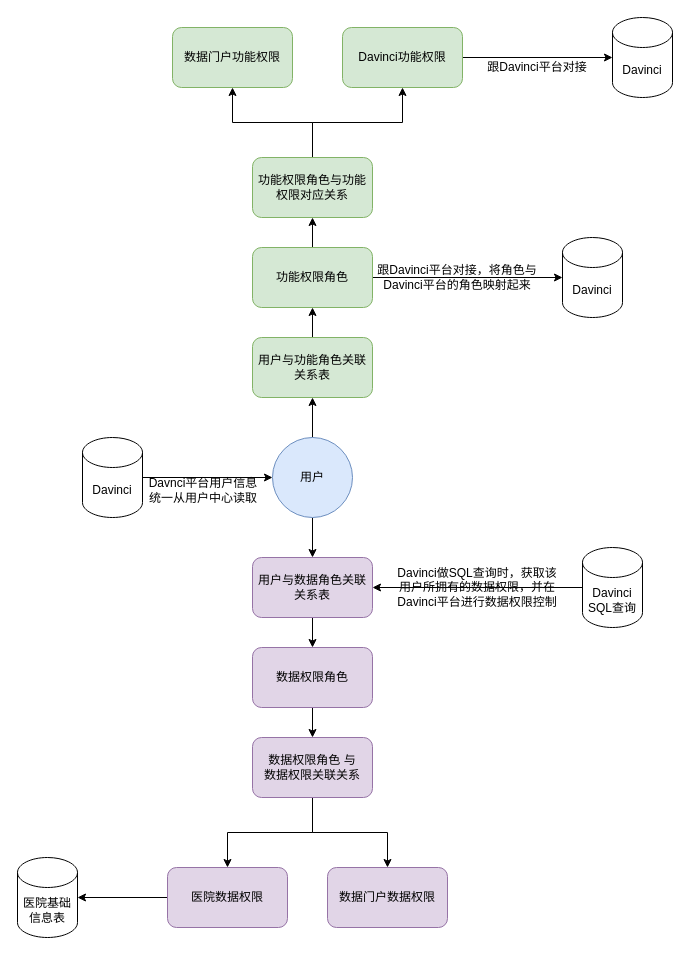
This is page "权限控制" (2 of 2) of pet_data_warehouse/权限设计.drawio from fangzheng0518/draw, a draw.io file, before an edit. Source tidied: cells renumbered, new cells numbered last; positions are measured from the earlier drawing's top-left corner, leaving out a move shared by most shapes. Both pictures are drawn from the tidied source at 100%, with x=0, y=0 at pixel (17, 17).
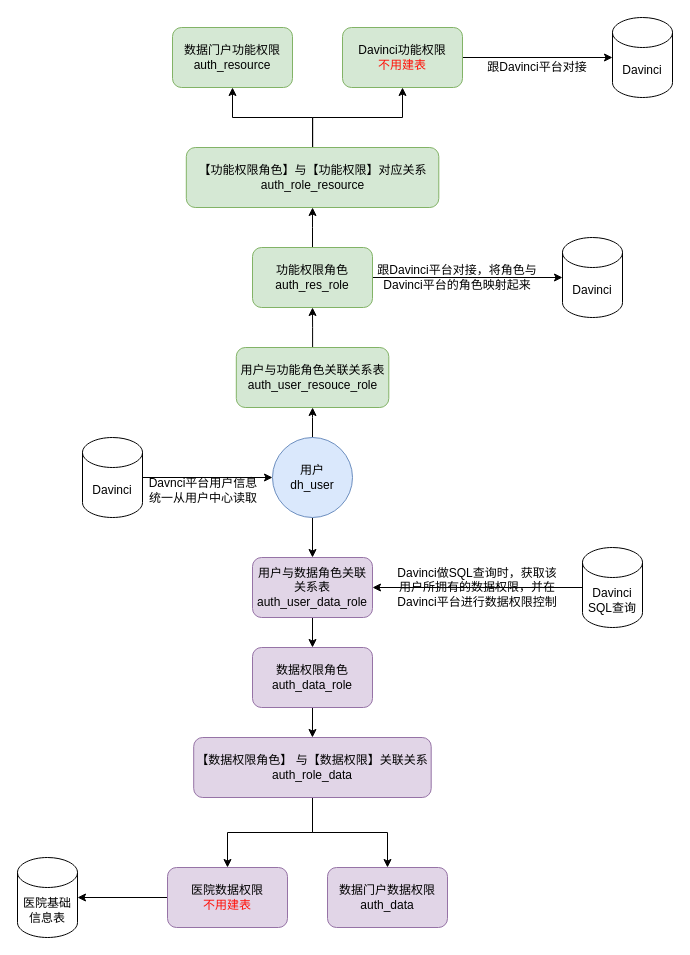
The same page after the edit.

Commit message:
更新权限设计.drawio

Diff of the diagram source:
```diff
@@
-    <mxCell id="4" value="用户" style="ellipse;whiteSpace=wrap;html=1;fillColor=#dae8fc;strokeColor=#6c8ebf;" parent="1" vertex="1">
+    <mxCell id="4" value="用户&lt;br&gt;dh_user" style="ellipse;whiteSpace=wrap;html=1;fillColor=#dae8fc;strokeColor=#6c8ebf;" parent="1" vertex="1">
       <mxGeometry x="255" y="420" width="80" height="80" as="geometry" />
     </mxCell>
@@
-    <mxCell id="7" value="功能权限角色" style="rounded=1;whiteSpace=wrap;html=1;fillColor=#d5e8d4;strokeColor=#82b366;" parent="1" vertex="1">
+    <mxCell id="7" value="功能权限角色&lt;br&gt;auth_res_role" style="rounded=1;whiteSpace=wrap;html=1;fillColor=#d5e8d4;strokeColor=#82b366;" parent="1" vertex="1">
       <mxGeometry x="235" y="230" width="120" height="60" as="geometry" />
     </mxCell>
-    <mxCell id="8" value="数据门户功能权限" style="rounded=1;whiteSpace=wrap;html=1;fillColor=#d5e8d4;strokeColor=#82b366;" parent="1" vertex="1">
+    <mxCell id="8" value="数据门户功能权限&lt;br&gt;auth_resource" style="rounded=1;whiteSpace=wrap;html=1;fillColor=#d5e8d4;strokeColor=#82b366;" parent="1" vertex="1">
       <mxGeometry x="155" y="10" width="120" height="60" as="geometry" />
     </mxCell>
@@
-    <mxCell id="10" value="数据权限角色" style="rounded=1;whiteSpace=wrap;html=1;fillColor=#e1d5e7;strokeColor=#9673a6;" parent="1" vertex="1">
+    <mxCell id="10" value="数据权限角色&lt;br&gt;auth_data_role" style="rounded=1;whiteSpace=wrap;html=1;fillColor=#e1d5e7;strokeColor=#9673a6;" parent="1" vertex="1">
       <mxGeometry x="235" y="630" width="120" height="60" as="geometry" />
     </mxCell>
@@
-    <mxCell id="12" value="医院数据权限" style="rounded=1;whiteSpace=wrap;html=1;fillColor=#e1d5e7;strokeColor=#9673a6;" parent="1" vertex="1">
+    <mxCell id="12" value="医院数据权限&lt;br&gt;&lt;span style=&quot;color: rgb(255 , 16 , 8)&quot;&gt;不用建表&lt;/span&gt;" style="rounded=1;whiteSpace=wrap;html=1;fillColor=#e1d5e7;strokeColor=#9673a6;" parent="1" vertex="1">
       <mxGeometry x="150" y="850" width="120" height="60" as="geometry" />
     </mxCell>
@@
-    <mxCell id="14" value="用户与功能角色关联关系表" style="rounded=1;whiteSpace=wrap;html=1;fillColor=#d5e8d4;strokeColor=#82b366;" parent="1" vertex="1">
-      <mxGeometry x="235" y="320" width="120" height="60" as="geometry" />
+    <mxCell id="14" value="用户与功能角色关联关系表&lt;br&gt;auth_user_resouce_role" style="rounded=1;whiteSpace=wrap;html=1;fillColor=#d5e8d4;strokeColor=#82b366;" parent="1" vertex="1">
+      <mxGeometry x="218.8" y="330" width="152.5" height="60" as="geometry" />
     </mxCell>
@@
-    <mxCell id="16" value="用户与数据角色关联关系表" style="rounded=1;whiteSpace=wrap;html=1;fillColor=#e1d5e7;strokeColor=#9673a6;" parent="1" vertex="1">
+    <mxCell id="16" value="用户与数据角色关联关系表&lt;br&gt;auth_user_data_role" style="rounded=1;whiteSpace=wrap;html=1;fillColor=#e1d5e7;strokeColor=#9673a6;" parent="1" vertex="1">
       <mxGeometry x="235" y="540" width="120" height="60" as="geometry" />
     </mxCell>
-    <mxCell id="17" value="数据门户数据权限" style="rounded=1;whiteSpace=wrap;html=1;fillColor=#e1d5e7;strokeColor=#9673a6;" parent="1" vertex="1">
+    <mxCell id="17" value="数据门户数据权限&lt;br&gt;auth_data" style="rounded=1;whiteSpace=wrap;html=1;fillColor=#e1d5e7;strokeColor=#9673a6;" parent="1" vertex="1">
       <mxGeometry x="310" y="850" width="120" height="60" as="geometry" />
     </mxCell>
@@
-    <mxCell id="19" value="Davinci功能权限" style="rounded=1;whiteSpace=wrap;html=1;fillColor=#d5e8d4;strokeColor=#82b366;" parent="1" vertex="1">
+    <mxCell id="19" value="Davinci功能权限&lt;br&gt;&lt;font color=&quot;#ff1008&quot;&gt;不用建表&lt;/font&gt;" style="rounded=1;whiteSpace=wrap;html=1;fillColor=#d5e8d4;strokeColor=#82b366;" parent="1" vertex="1">
       <mxGeometry x="325" y="10" width="120" height="60" as="geometry" />
     </mxCell>
@@
-    <mxCell id="30" value="功能权限角色与功能权限对应关系" style="rounded=1;whiteSpace=wrap;html=1;fillColor=#d5e8d4;strokeColor=#82b366;" parent="1" vertex="1">
-      <mxGeometry x="235" y="140" width="120" height="60" as="geometry" />
+    <mxCell id="30" value="【功能权限角色】与【功能权限】对应关系&lt;br&gt;auth_role_resource" style="rounded=1;whiteSpace=wrap;html=1;fillColor=#d5e8d4;strokeColor=#82b366;" parent="1" vertex="1">
+      <mxGeometry x="168.8" y="130" width="252.5" height="60" as="geometry" />
     </mxCell>
@@
-    <mxCell id="36" value="数据权限角色 与&lt;br&gt;数据权限关联关系" style="rounded=1;whiteSpace=wrap;html=1;fillColor=#e1d5e7;strokeColor=#9673a6;" parent="1" vertex="1">
-      <mxGeometry x="235" y="720" width="120" height="60" as="geometry" />
+    <mxCell id="36" value="【数据权限角色】 与【数据权限】关联关系&lt;br&gt;auth_role_data" style="rounded=1;whiteSpace=wrap;html=1;fillColor=#e1d5e7;strokeColor=#9673a6;" parent="1" vertex="1">
+      <mxGeometry x="176.2" y="720" width="237.5" height="60" as="geometry" />
     </mxCell>
```
